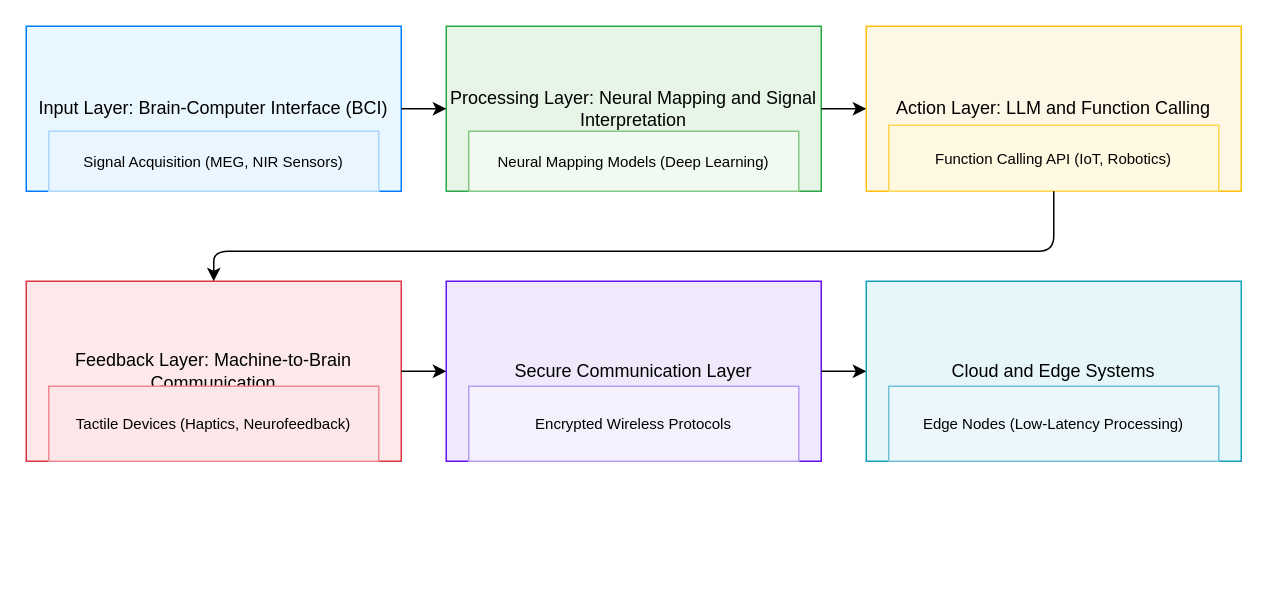
This is aih.drawio from jayanthkmr/architecture-diagrams, a draw.io file, before an edit. Source tidied: cells renumbered, new cells numbered last; positions are measured from the earlier drawing's top-left corner, leaving out a move shared by most shapes. Both pictures are drawn from the tidied source at 150%, with x=0, y=0 at pixel (26, 26).
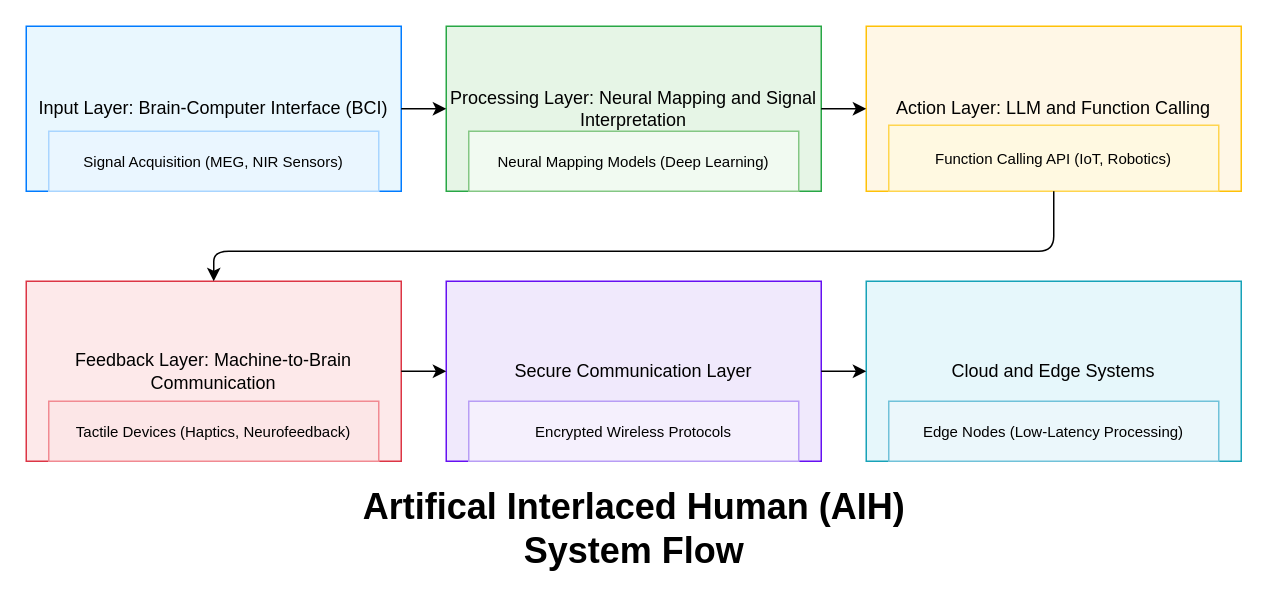
The same diagram, later.

The change refers to these unchanged cells:
```xml
<mxCell id="8" value="Feedback Layer: Machine-to-Brain Communication" style="shape=rectangle;whiteSpace=wrap;html=1;fontSize=12;strokeColor=#DC3545;fillColor=#FDE9EA;" parent="1" vertex="1">
  <mxGeometry y="170" width="250" height="120" as="geometry" />
</mxCell>
<mxCell id="10" value="Secure Communication Layer" style="shape=rectangle;whiteSpace=wrap;html=1;fontSize=12;strokeColor=#6610F2;fillColor=#F0E9FC;" parent="1" vertex="1">
  <mxGeometry x="280" y="170" width="250" height="120" as="geometry" />
</mxCell>
<mxCell id="12" value="Cloud and Edge Systems" style="shape=rectangle;whiteSpace=wrap;html=1;fontSize=12;strokeColor=#17A2B8;fillColor=#E6F7FB;" parent="1" vertex="1">
  <mxGeometry x="560" y="170" width="250" height="120" as="geometry" />
</mxCell>
```

What changed in the source:
```diff
@@
     <mxCell id="9" value="Tactile Devices (Haptics, Neurofeedback)" style="shape=rectangle;whiteSpace=wrap;html=1;fontSize=10;strokeColor=#F18A92;fillColor=#FCE6E7;" parent="8" vertex="1">
-      <mxGeometry x="15" y="70" width="220" height="50" as="geometry" />
+      <mxGeometry x="15" y="80" width="220" height="40" as="geometry" />
     </mxCell>
@@
     <mxCell id="11" value="Encrypted Wireless Protocols" style="shape=rectangle;whiteSpace=wrap;html=1;fontSize=10;strokeColor=#B89DF5;fillColor=#F5F0FD;" parent="10" vertex="1">
-      <mxGeometry x="15" y="70" width="220" height="50" as="geometry" />
+      <mxGeometry x="15" y="80" width="220" height="40" as="geometry" />
     </mxCell>
@@
     <mxCell id="13" value="Edge Nodes (Low-Latency Processing)" style="shape=rectangle;whiteSpace=wrap;html=1;fontSize=10;strokeColor=#71C2D9;fillColor=#EBF7FB;" parent="12" vertex="1">
-      <mxGeometry x="15" y="70" width="220" height="50" as="geometry" />
+      <mxGeometry x="15" y="80" width="220" height="40" as="geometry" />
     </mxCell>
@@
+    <mxCell id="19" value="&lt;b&gt;&lt;font style=&quot;font-size: 24px;&quot;&gt;Artifical Interlaced Human (AIH) System Flow&lt;/font&gt;&lt;/b&gt;" style="text;html=1;align=center;verticalAlign=middle;whiteSpace=wrap;rounded=0;" parent="1" vertex="1">
+      <mxGeometry x="177.5" y="320" width="455" height="30" as="geometry" />
+    </mxCell>
```
